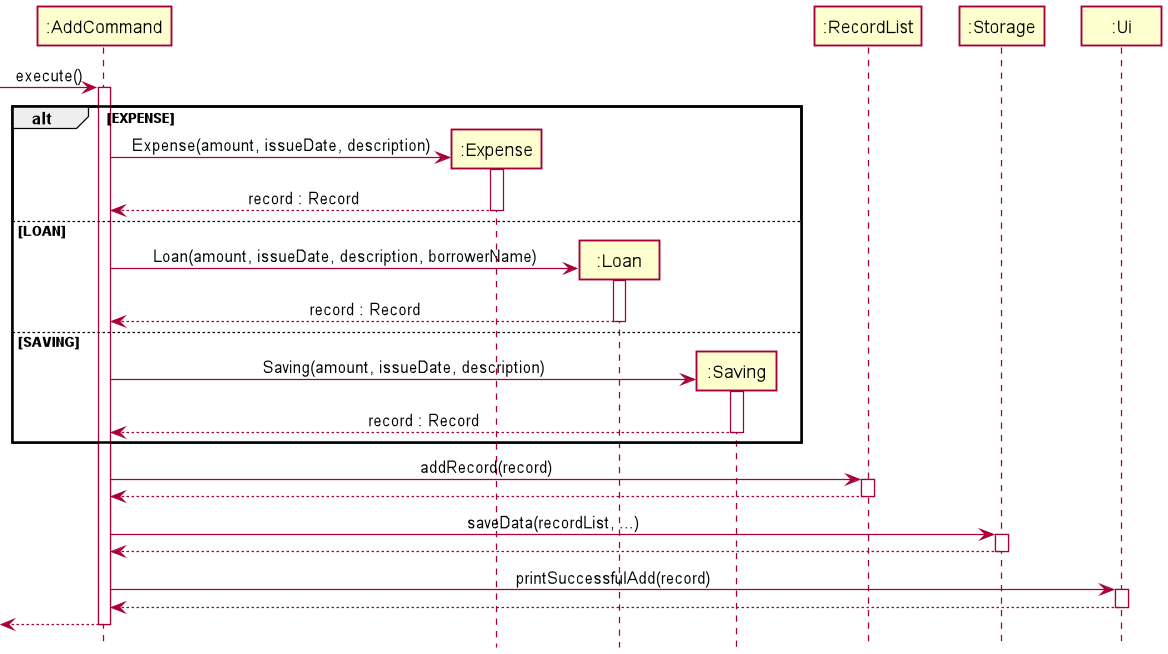
Earlier version of the PlantUML export docs/img/AddFeatureSequenceDiagram.png (nus-cs2113-AY2021S2/tp). Source of this version:
```plantuml
@startuml
!include style.puml

Participant ":AddCommand" as AddCommand
Participant ":Expense" as Expense
Participant ":Loan" as Loan
Participant ":Saving" as Saving
Participant ":RecordList" as RecordList
Participant ":Storage" as Storage
Participant ":Ui" as UI


[-> AddCommand : execute()
activate AddCommand

alt EXPENSE
    create Expense
    AddCommand -> Expense : Expense(amount, issueDate, description)
    activate Expense
    Expense --> AddCommand : record : Record
    deactivate Expense
else LOAN
    create Loan
    AddCommand -> Loan : Loan(amount, issueDate, description, borrowerName)
    activate Loan
    Loan --> AddCommand : record : Record
    deactivate Loan
else SAVING
    create Saving
    AddCommand -> Saving : Saving(amount, issueDate, description)
    activate Saving
    Saving --> AddCommand : record : Record
    deactivate Saving
end

AddCommand -> RecordList : addRecord(record)
activate RecordList
RecordList --> AddCommand
deactivate RecordList

AddCommand -> Storage : saveData(recordList, ...)
activate Storage
Storage --> AddCommand
deactivate Storage

AddCommand -> UI : printSuccessfulAdd(record)
activate UI
UI --> AddCommand
deactivate UI

[<-- AddCommand
deactivate AddCommand

@enduml
```
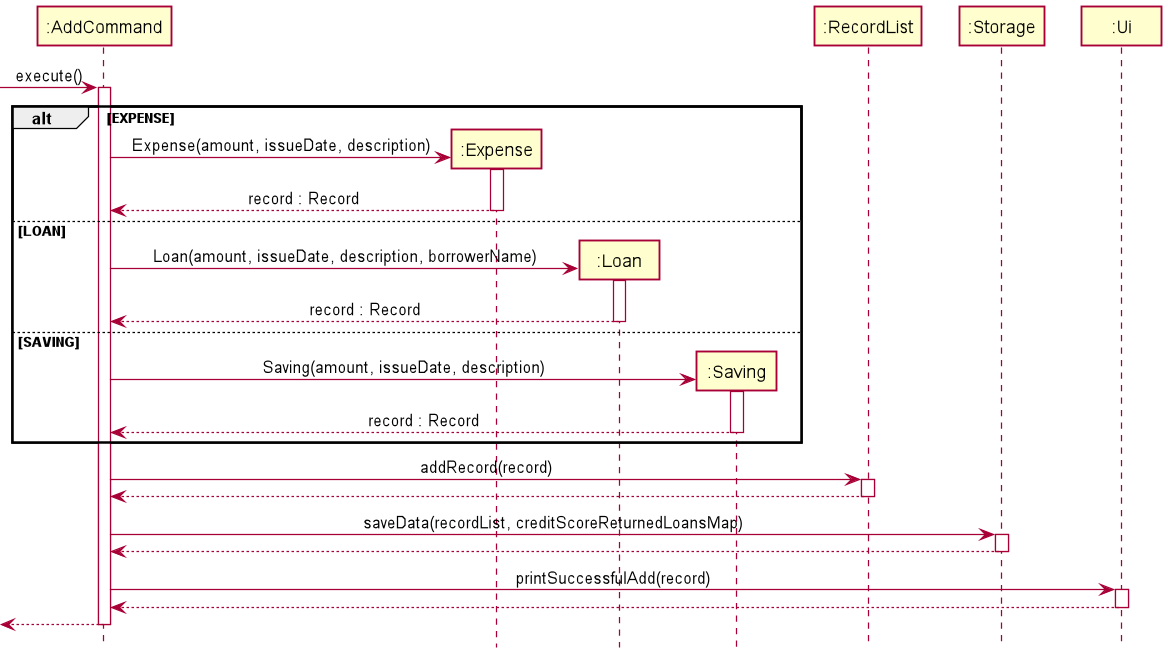
Later version of the same file.

Commit message:
Add add feature description, update typos

Diff of the diagram source:
```diff
@@ -38,7 +38,7 @@
 RecordList --> AddCommand
 deactivate RecordList
 
-AddCommand -> Storage : saveData(recordList, ...)
+AddCommand -> Storage : saveData(recordList, creditScoreReturnedLoansMap)
 activate Storage
 Storage --> AddCommand
 deactivate Storage
```
